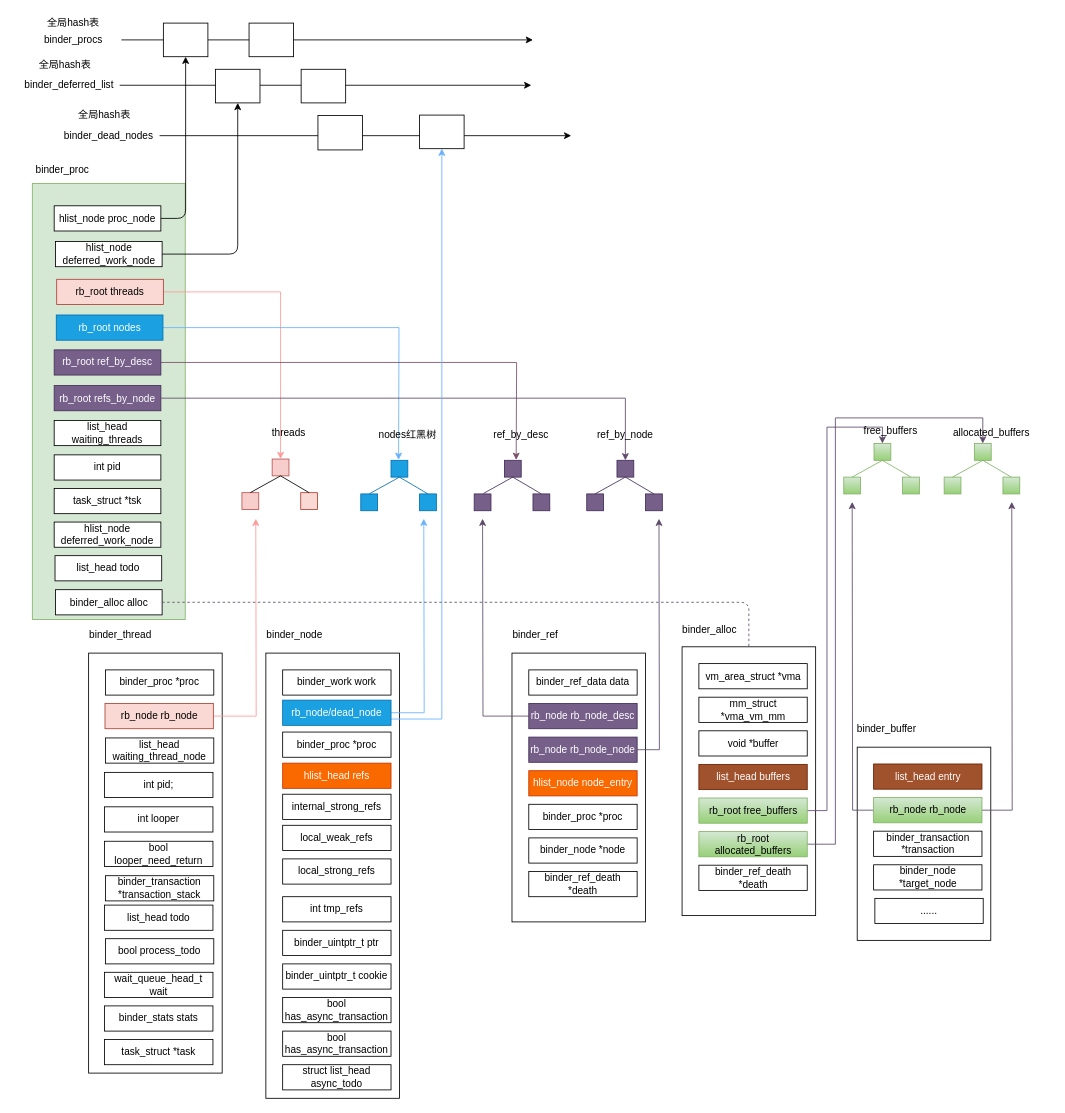
Before: binder/diagram/binder_data_structure_relationships.drawio in cuijpus/Android, a draw.io diagram. Source tidied: cells renumbered, new cells numbered last; positions are measured from the earlier drawing's top-left corner, leaving out a move shared by most shapes. Both pictures are drawn from the tidied source at 84%, with x=0, y=0 at pixel (14, 14).
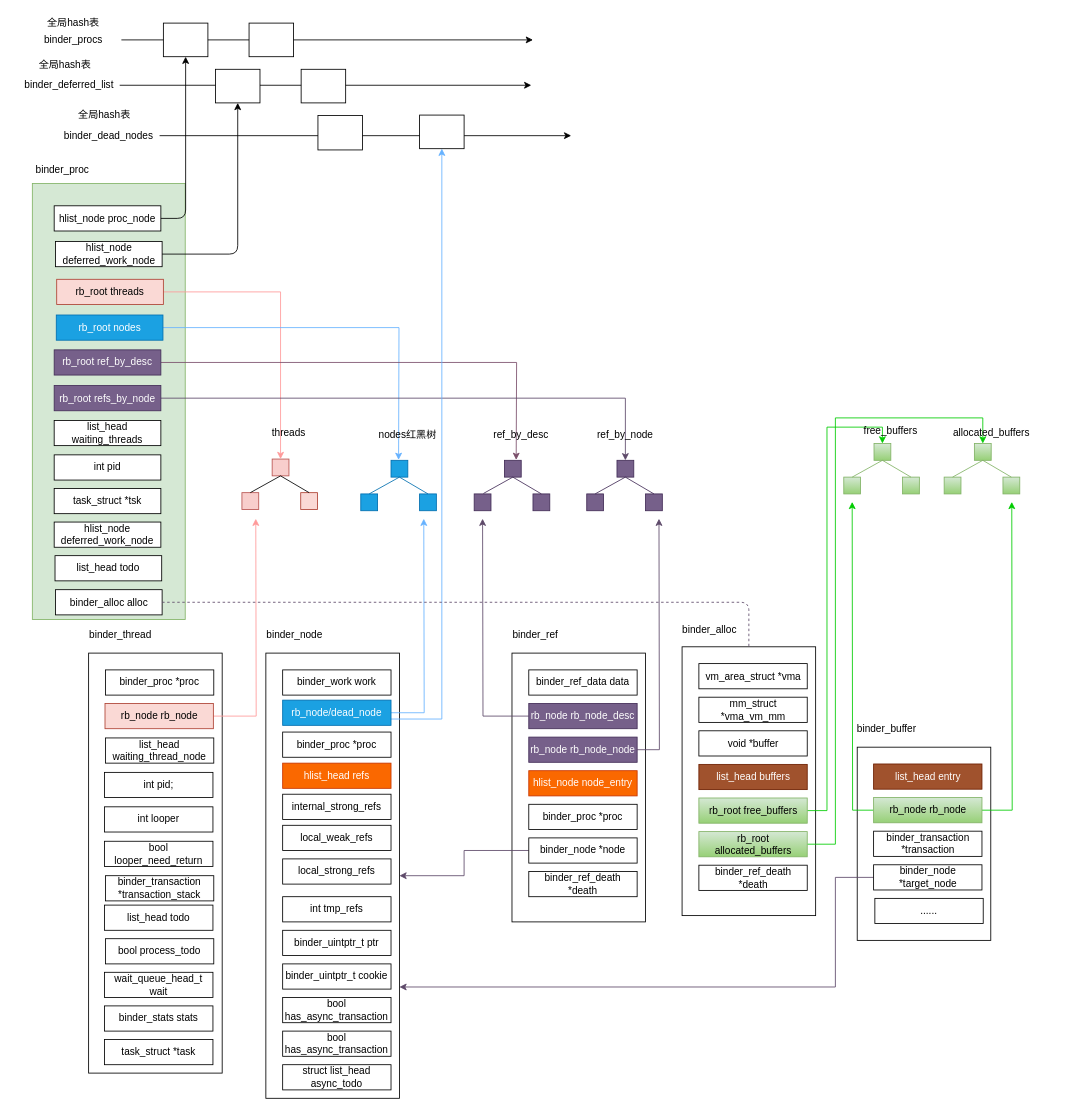
The same page after the edit.

Unchanged cells that the change refers to:
```xml
<mxCell id="55" style="rounded=0;whiteSpace=wrap;html=1;" parent="1" vertex="1">
  <mxGeometry x="299" y="760" width="159" height="530" as="geometry" />
</mxCell>
<mxCell id="76" value="binder_node *node" style="rounded=0;whiteSpace=wrap;html=1;" parent="1" vertex="1">
  <mxGeometry x="612" y="980" width="129" height="30" as="geometry" />
</mxCell>
<mxCell id="111" value="rb_root free_buffers" style="rounded=0;whiteSpace=wrap;html=1;fillColor=#d5e8d4;strokeColor=#82b366;gradientColor=#97d077;" parent="1" vertex="1">
  <mxGeometry x="814.5" y="932.5" width="129" height="30" as="geometry" />
</mxCell>
<mxCell id="113" value="rb_root allocated_buffers" style="rounded=0;whiteSpace=wrap;html=1;gradientColor=#97d077;fillColor=#d5e8d4;strokeColor=#82b366;" parent="1" vertex="1">
  <mxGeometry x="814.5" y="972.5" width="129" height="30" as="geometry" />
</mxCell>
<mxCell id="120" value="rb_node rb_node" style="rounded=0;whiteSpace=wrap;html=1;gradientColor=#97d077;fillColor=#d5e8d4;strokeColor=#82b366;" parent="1" vertex="1">
  <mxGeometry x="1022.5" y="932" width="129" height="30" as="geometry" />
</mxCell>
<mxCell id="122" value="binder_node *target_node" style="rounded=0;whiteSpace=wrap;html=1;" parent="1" vertex="1">
  <mxGeometry x="1022.5" y="1012" width="129" height="30" as="geometry" />
</mxCell>
<mxCell id="125" style="whiteSpace=wrap;html=1;fillColor=#d5e8d4;strokeColor=#82b366;gradientColor=#97d077;" parent="1" vertex="1">
  <mxGeometry x="1023" y="510.5" width="20" height="20" as="geometry" />
</mxCell>
<mxCell id="130" style="whiteSpace=wrap;html=1;fillColor=#d5e8d4;strokeColor=#82b366;gradientColor=#97d077;" parent="1" vertex="1">
  <mxGeometry x="1142.5" y="510.5" width="20" height="20" as="geometry" />
</mxCell>
```

What changed in the source:
```diff
@@
+    <mxCell id="137" style="edgeStyle=orthogonalEdgeStyle;rounded=0;jettySize=auto;html=1;exitX=0;exitY=0.5;exitDx=0;exitDy=0;strokeColor=#5E4969;" parent="1" edge="1" source="76" target="55">
+      <mxGeometry relative="1" as="geometry" />
+    </mxCell>
@@
-    <mxCell id="110" style="edgeStyle=orthogonalEdgeStyle;rounded=0;jettySize=auto;html=1;exitX=1;exitY=0.5;exitDx=0;exitDy=0;entryX=0.5;entryY=0;entryDx=0;entryDy=0;strokeColor=#5E4969;" parent="1" edge="1" source="111" target="125">
+    <mxCell id="110" style="edgeStyle=orthogonalEdgeStyle;rounded=0;jettySize=auto;html=1;exitX=1;exitY=0.5;exitDx=0;exitDy=0;entryX=0.5;entryY=0;entryDx=0;entryDy=0;strokeColor=#00CC00;" parent="1" edge="1" source="111" target="125">
       <mxGeometry relative="1" as="geometry">
         <Array as="points">
           <mxPoint x="967" y="948" />
           <mxPoint x="967" y="491" />
           <mxPoint x="1033" y="491" />
         </Array>
       </mxGeometry>
     </mxCell>
@@
-    <mxCell id="112" style="edgeStyle=orthogonalEdgeStyle;rounded=0;jettySize=auto;html=1;exitX=1;exitY=0.5;exitDx=0;exitDy=0;entryX=0.5;entryY=0;entryDx=0;entryDy=0;strokeColor=#5E4969;" parent="1" edge="1" source="113" target="130">
+    <mxCell id="112" style="edgeStyle=orthogonalEdgeStyle;rounded=0;jettySize=auto;html=1;exitX=1;exitY=0.5;exitDx=0;exitDy=0;entryX=0.5;entryY=0;entryDx=0;entryDy=0;strokeColor=#00CC00;" parent="1" edge="1" source="113" target="130">
       <mxGeometry relative="1" as="geometry">
         <Array as="points">
           <mxPoint x="977" y="988" />
           <mxPoint x="977" y="480" />
           <mxPoint x="1153" y="480" />
         </Array>
       </mxGeometry>
     </mxCell>
@@
-    <mxCell id="118" style="edgeStyle=orthogonalEdgeStyle;rounded=0;jettySize=auto;html=1;exitX=0;exitY=0.5;exitDx=0;exitDy=0;strokeColor=#5E4969;" parent="1" edge="1" source="120">
+    <mxCell id="118" style="edgeStyle=orthogonalEdgeStyle;rounded=0;jettySize=auto;html=1;exitX=0;exitY=0.5;exitDx=0;exitDy=0;strokeColor=#00CC00;" parent="1" edge="1" source="120">
       <mxGeometry relative="1" as="geometry">
         <mxPoint x="997" y="580" as="targetPoint" />
       </mxGeometry>
     </mxCell>
-    <mxCell id="119" style="edgeStyle=orthogonalEdgeStyle;rounded=0;jettySize=auto;html=1;exitX=1;exitY=0.5;exitDx=0;exitDy=0;strokeColor=#5E4969;" parent="1" edge="1" source="120">
+    <mxCell id="119" style="edgeStyle=orthogonalEdgeStyle;rounded=0;jettySize=auto;html=1;exitX=1;exitY=0.5;exitDx=0;exitDy=0;strokeColor=#00CC00;" parent="1" edge="1" source="120">
       <mxGeometry relative="1" as="geometry">
         <mxPoint x="1187" y="580" as="targetPoint" />
       </mxGeometry>
     </mxCell>
@@
+    <mxCell id="138" style="edgeStyle=orthogonalEdgeStyle;rounded=0;jettySize=auto;html=1;exitX=0;exitY=0.5;exitDx=0;exitDy=0;entryX=1;entryY=0.75;entryDx=0;entryDy=0;strokeColor=#5E4969;" parent="1" edge="1" source="122" target="55">
+      <mxGeometry relative="1" as="geometry">
+        <Array as="points">
+          <mxPoint x="977" y="1027" />
+          <mxPoint x="977" y="1158" />
+        </Array>
+      </mxGeometry>
+    </mxCell>
```
